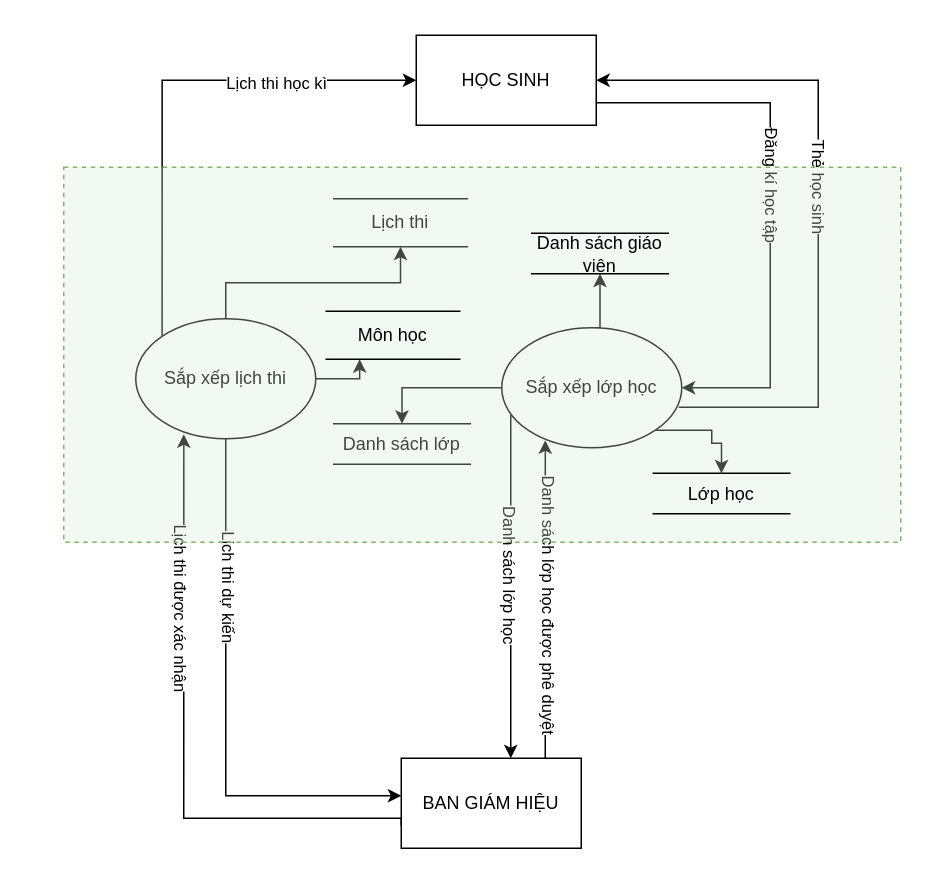
TLGKien/graph keeps this draw.io diagram as 2.2.3.c.drawio. Above is the earlier version. Source tidied: cells renumbered, new cells numbered last; positions are measured from the earlier drawing's top-left corner, leaving out a move shared by most shapes. Both pictures are drawn from the tidied source at 150%, with x=0, y=0 at pixel (63, 34).
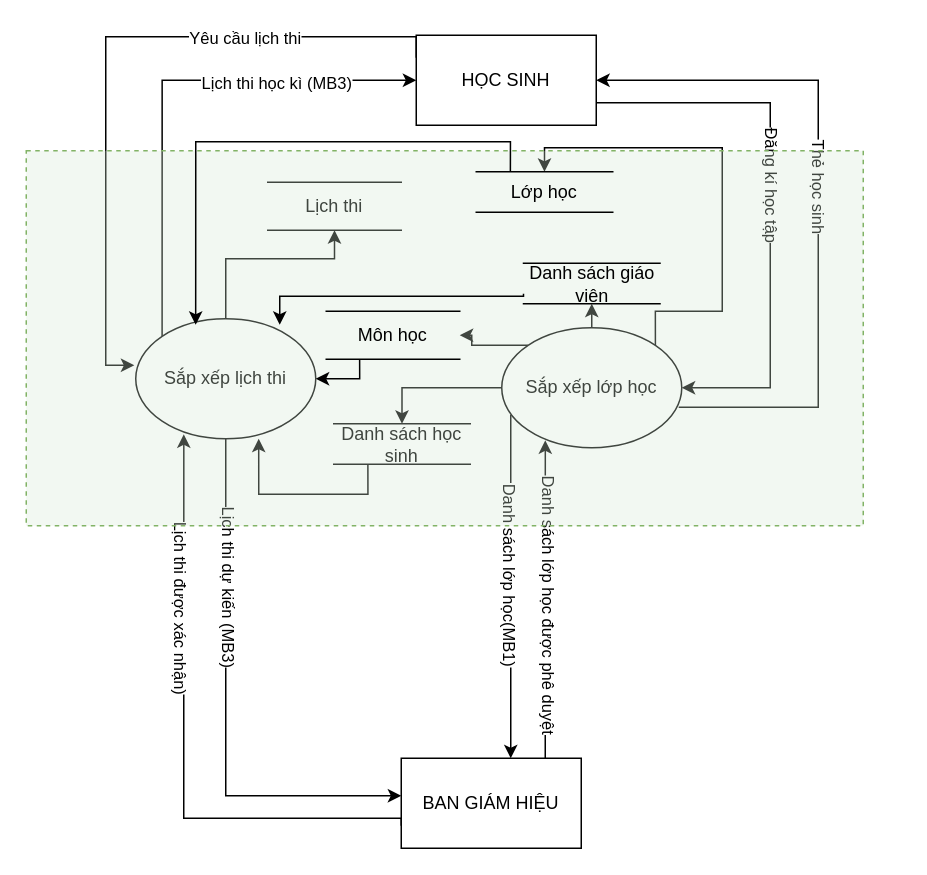
Above is the later version.

Unchanged cells that the change refers to:
```xml
<mxCell id="4" style="edgeStyle=orthogonalEdgeStyle;rounded=0;jettySize=auto;html=1;entryX=0;entryY=0.5;entryDx=0;entryDy=0;exitX=0;exitY=0;exitDx=0;exitDy=0;" parent="1" edge="1" source="26" target="16">
  <mxGeometry relative="1" as="geometry">
    <Array as="points">
      <mxPoint x="66" y="30" />
    </Array>
  </mxGeometry>
</mxCell>
<mxCell id="6" style="edgeStyle=orthogonalEdgeStyle;rounded=0;jettySize=auto;html=1;align=right;exitX=0.05;exitY=0.725;exitDx=0;exitDy=0;exitPerimeter=0;" parent="1" edge="1" source="21" target="22">
  <mxGeometry relative="1" as="geometry">
    <Array as="points">
      <mxPoint x="298" y="433" />
      <mxPoint x="298" y="433" />
    </Array>
  </mxGeometry>
</mxCell>
<mxCell id="8" style="edgeStyle=orthogonalEdgeStyle;rounded=0;jettySize=auto;html=1;align=right;exitX=0.5;exitY=1;exitDx=0;exitDy=0;" parent="1" edge="1" source="26">
  <mxGeometry relative="1" as="geometry">
    <mxPoint x="225" y="507" as="targetPoint" />
    <Array as="points">
      <mxPoint x="108" y="507" />
    </Array>
  </mxGeometry>
</mxCell>
<mxCell id="12" style="edgeStyle=orthogonalEdgeStyle;rounded=0;jettySize=auto;html=1;exitX=0;exitY=0.75;exitDx=0;exitDy=0;align=right;entryX=0.267;entryY=0.963;entryDx=0;entryDy=0;entryPerimeter=0;" parent="1" edge="1" source="22" target="26">
  <mxGeometry relative="1" as="geometry">
    <Array as="points">
      <mxPoint x="80" y="522" />
    </Array>
  </mxGeometry>
</mxCell>
<mxCell id="16" value="HỌC SINH" style="rounded=0;whiteSpace=wrap;html=1;" parent="1" vertex="1">
  <mxGeometry x="235" width="120" height="60" as="geometry" />
</mxCell>
<mxCell id="21" value="Sắp xếp lớp học" style="ellipse;whiteSpace=wrap;html=1;" parent="1" vertex="1">
  <mxGeometry x="292" y="195" width="120" height="80" as="geometry" />
</mxCell>
<mxCell id="26" value="Sắp xếp lịch thi" style="ellipse;whiteSpace=wrap;html=1;" parent="1" vertex="1">
  <mxGeometry x="48" y="189" width="120" height="80" as="geometry" />
</mxCell>
<mxCell id="29" value="Môn học" style="shape=partialRectangle;whiteSpace=wrap;html=1;left=0;right=0;fillColor=none;rounded=0;shadow=0;glass=0;sketch=0;" parent="1" vertex="1">
  <mxGeometry x="175" y="184" width="89" height="32" as="geometry" />
</mxCell>
```

The edit, as a diff of the source:
```diff
@@
-    <mxCell id="5" value="Lịch thi học kì" style="edgeLabel;html=1;align=center;verticalAlign=middle;" parent="4" vertex="1">
+    <mxCell id="5" value="Lịch thi học kì (MB3)" style="edgeLabel;html=1;align=center;verticalAlign=middle;" parent="4" vertex="1">
       <mxGeometry x="-0.14" y="-2" relative="1" as="geometry">
         <mxPoint x="74.4" y="-23.7" as="offset" />
       </mxGeometry>
     </mxCell>
@@
-    <mxCell id="7" value="Danh sách lớp học" style="edgeLabel;html=1;align=center;verticalAlign=middle;rotation=90;" parent="6" vertex="1">
+    <mxCell id="7" value="Danh sách lớp học(MB1)" style="edgeLabel;html=1;align=center;verticalAlign=middle;rotation=90;" parent="6" vertex="1">
       <mxGeometry x="-0.07" relative="1" as="geometry" />
     </mxCell>
@@
-    <mxCell id="9" value="Lịch thi dự kiến" style="edgeLabel;html=1;align=center;verticalAlign=middle;rotation=90;" parent="8" vertex="1">
+    <mxCell id="9" value="Lịch thi dự kiến (MB3)" style="edgeLabel;html=1;align=center;verticalAlign=middle;rotation=90;" parent="8" vertex="1">
       <mxGeometry x="0.11" y="-2" relative="1" as="geometry">
         <mxPoint x="5" y="-99" as="offset" />
       </mxGeometry>
     </mxCell>
@@
-    <mxCell id="13" value="Lịch thi được xác nhận" style="edgeLabel;html=1;align=center;verticalAlign=middle;rotation=90;" parent="12" vertex="1">
+    <mxCell id="13" value="Lịch thi được xác nhận)" style="edgeLabel;html=1;align=center;verticalAlign=middle;rotation=90;" parent="12" vertex="1">
       <mxGeometry x="-0.08" relative="1" as="geometry">
         <mxPoint x="-1" y="-104" as="offset" />
       </mxGeometry>
     </mxCell>
@@
+    <mxCell id="31" style="edgeStyle=orthogonalEdgeStyle;rounded=0;jettySize=auto;html=1;exitX=0;exitY=0.25;exitDx=0;exitDy=0;entryX=-0.008;entryY=0.388;entryDx=0;entryDy=0;entryPerimeter=0;" parent="1" edge="1" source="16" target="26">
+      <mxGeometry relative="1" as="geometry">
+        <Array as="points">
+          <mxPoint x="235" y="1" />
+          <mxPoint x="28" y="1" />
+          <mxPoint x="28" y="220" />
+        </Array>
+      </mxGeometry>
+    </mxCell>
+    <mxCell id="32" value="Yêu cầu lịch thi" style="edgeLabel;html=1;align=center;verticalAlign=middle;" parent="31" vertex="1">
+      <mxGeometry x="-0.44" relative="1" as="geometry" />
+    </mxCell>
@@
     <mxCell id="18" style="edgeStyle=orthogonalEdgeStyle;rounded=0;jettySize=auto;html=1;exitX=0.5;exitY=0;exitDx=0;exitDy=0;entryX=0.5;entryY=1;entryDx=0;entryDy=0;" parent="1" edge="1" source="26" target="23">
-      <mxGeometry relative="1" as="geometry" />
+      <mxGeometry relative="1" as="geometry">
+        <Array as="points">
+          <mxPoint x="108" y="149" />
+          <mxPoint x="181" y="149" />
+        </Array>
+      </mxGeometry>
     </mxCell>
@@
-    <mxCell id="20" style="edgeStyle=orthogonalEdgeStyle;rounded=0;jettySize=auto;html=1;exitX=1;exitY=1;exitDx=0;exitDy=0;entryX=0.5;entryY=0;entryDx=0;entryDy=0;" parent="1" edge="1" source="21" target="30">
+    <mxCell id="20" style="edgeStyle=orthogonalEdgeStyle;rounded=0;jettySize=auto;html=1;exitX=1;exitY=0;exitDx=0;exitDy=0;entryX=0.5;entryY=0;entryDx=0;entryDy=0;" parent="1" edge="1" source="21" target="30">
       <mxGeometry relative="1" as="geometry">
         <Array as="points">
-          <mxPoint x="432" y="263" />
-          <mxPoint x="432" y="272" />
-          <mxPoint x="439" y="272" />
+          <mxPoint x="394" y="184" />
+          <mxPoint x="439" y="184" />
+          <mxPoint x="439" y="75" />
+          <mxPoint x="321" y="75" />
         </Array>
       </mxGeometry>
     </mxCell>
+    <mxCell id="33" style="edgeStyle=orthogonalEdgeStyle;rounded=0;jettySize=auto;html=1;exitX=0;exitY=0;exitDx=0;exitDy=0;entryX=1;entryY=0.5;entryDx=0;entryDy=0;" parent="1" edge="1" source="21" target="29">
+      <mxGeometry relative="1" as="geometry" />
+    </mxCell>
@@
     <mxCell id="23" value="Lịch thi" style="shape=partialRectangle;whiteSpace=wrap;html=1;left=0;right=0;fillColor=none;rounded=0;shadow=0;glass=0;sketch=0;" parent="1" vertex="1">
-      <mxGeometry x="180" y="109" width="89" height="32" as="geometry" />
+      <mxGeometry x="136" y="98" width="89" height="32" as="geometry" />
     </mxCell>
+    <mxCell id="34" style="edgeStyle=orthogonalEdgeStyle;rounded=0;jettySize=auto;html=1;exitX=0.25;exitY=1;exitDx=0;exitDy=0;entryX=0.683;entryY=1;entryDx=0;entryDy=0;entryPerimeter=0;" parent="1" edge="1" source="24" target="26">
+      <mxGeometry relative="1" as="geometry" />
+    </mxCell>
-    <mxCell id="24" value="Danh sách lớp" style="shape=partialRectangle;whiteSpace=wrap;html=1;left=0;right=0;fillColor=none;rounded=0;shadow=0;glass=0;sketch=0;" parent="1" vertex="1">
+    <mxCell id="24" value="Danh sách học sinh" style="shape=partialRectangle;whiteSpace=wrap;html=1;left=0;right=0;fillColor=none;rounded=0;shadow=0;glass=0;sketch=0;" parent="1" vertex="1">
       <mxGeometry x="180" y="259" width="91" height="27" as="geometry" />
     </mxCell>
-    <mxCell id="25" style="edgeStyle=orthogonalEdgeStyle;rounded=0;jettySize=auto;html=1;exitX=1;exitY=0.5;exitDx=0;exitDy=0;entryX=0.25;entryY=1;entryDx=0;entryDy=0;" parent="1" edge="1" source="26" target="29">
-      <mxGeometry relative="1" as="geometry" />
-    </mxCell>
@@
     <mxCell id="27" style="rounded=0;whiteSpace=wrap;html=1;fillColor=#d5e8d4;strokeColor=#82b366;dashed=1;fillOpacity=30;" parent="1" vertex="1">
-      <mxGeometry y="88" width="558" height="250" as="geometry" />
+      <mxGeometry x="-25" y="77" width="558" height="250" as="geometry" />
     </mxCell>
+    <mxCell id="35" style="edgeStyle=orthogonalEdgeStyle;rounded=0;jettySize=auto;html=1;exitX=0;exitY=0.75;exitDx=0;exitDy=0;entryX=0.8;entryY=0.05;entryDx=0;entryDy=0;entryPerimeter=0;" parent="1" edge="1" source="28" target="26">
+      <mxGeometry relative="1" as="geometry">
+        <Array as="points">
+          <mxPoint x="307" y="174" />
+          <mxPoint x="144" y="174" />
+        </Array>
+      </mxGeometry>
+    </mxCell>
     <mxCell id="28" value="Danh sách giáo viên" style="shape=partialRectangle;whiteSpace=wrap;html=1;left=0;right=0;fillColor=none;rounded=0;shadow=0;glass=0;sketch=0;" parent="1" vertex="1">
-      <mxGeometry x="312" y="132" width="91" height="27" as="geometry" />
+      <mxGeometry x="306.5" y="152" width="91" height="27" as="geometry" />
     </mxCell>
+    <mxCell id="36" style="edgeStyle=orthogonalEdgeStyle;rounded=0;jettySize=auto;html=1;exitX=0.25;exitY=1;exitDx=0;exitDy=0;entryX=1;entryY=0.5;entryDx=0;entryDy=0;" parent="1" edge="1" source="29" target="26">
+      <mxGeometry relative="1" as="geometry">
+        <Array as="points">
+          <mxPoint x="197" y="229" />
+        </Array>
+      </mxGeometry>
+    </mxCell>
@@
+    <mxCell id="37" style="edgeStyle=orthogonalEdgeStyle;rounded=0;jettySize=auto;html=1;exitX=0.25;exitY=0;exitDx=0;exitDy=0;entryX=0.333;entryY=0.05;entryDx=0;entryDy=0;entryPerimeter=0;" parent="1" edge="1" source="30" target="26">
+      <mxGeometry relative="1" as="geometry" />
+    </mxCell>
     <mxCell id="30" value="Lớp học" style="shape=partialRectangle;whiteSpace=wrap;html=1;left=0;right=0;fillColor=none;rounded=0;shadow=0;glass=0;sketch=0;" parent="1" vertex="1">
-      <mxGeometry x="393" y="292" width="91" height="27" as="geometry" />
+      <mxGeometry x="275" y="91" width="91" height="27" as="geometry" />
     </mxCell>
```
